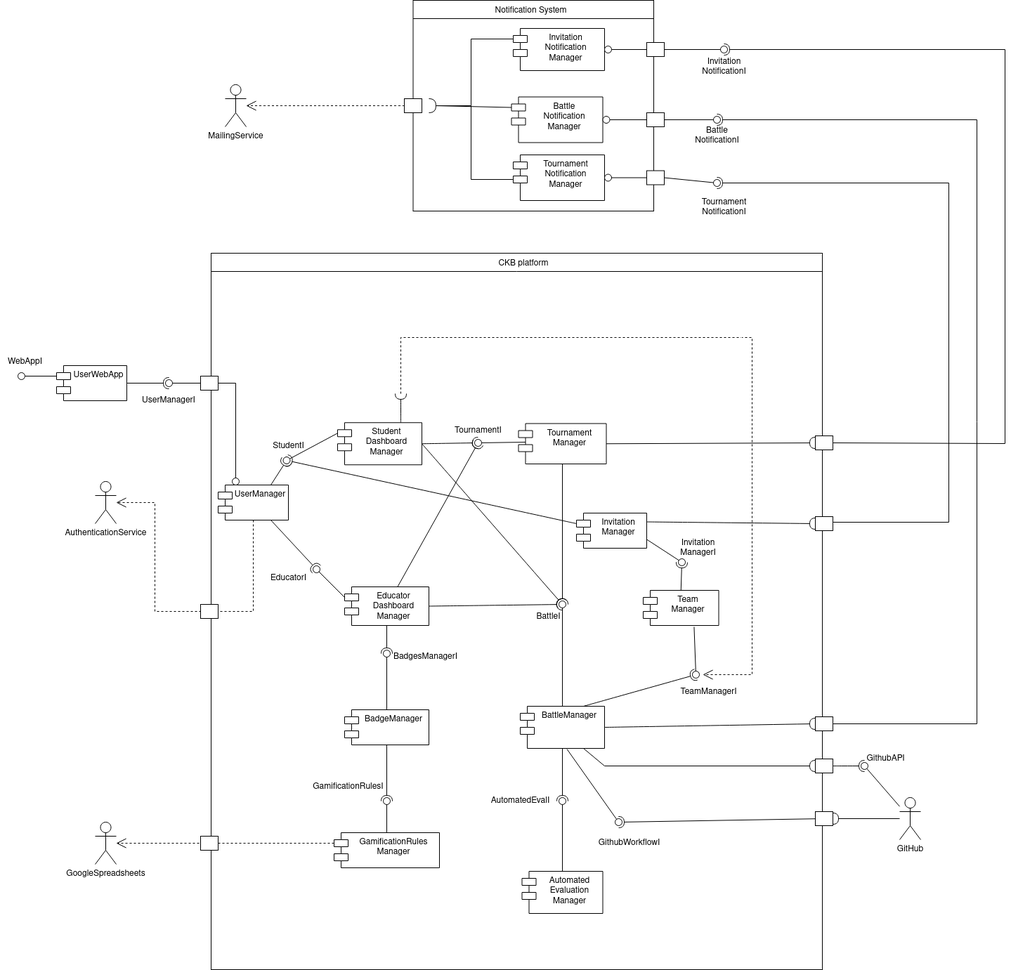
Above: DD/Latex/Images/compdiag.png in federico-zanca/SE2-RDD-ZancaCostantiniZhuge (draw.io), before the change. Source tidied: cells renumbered, new cells last; positions are measured from the earlier drawing's top-left corner, leaving out a move shared by most shapes.
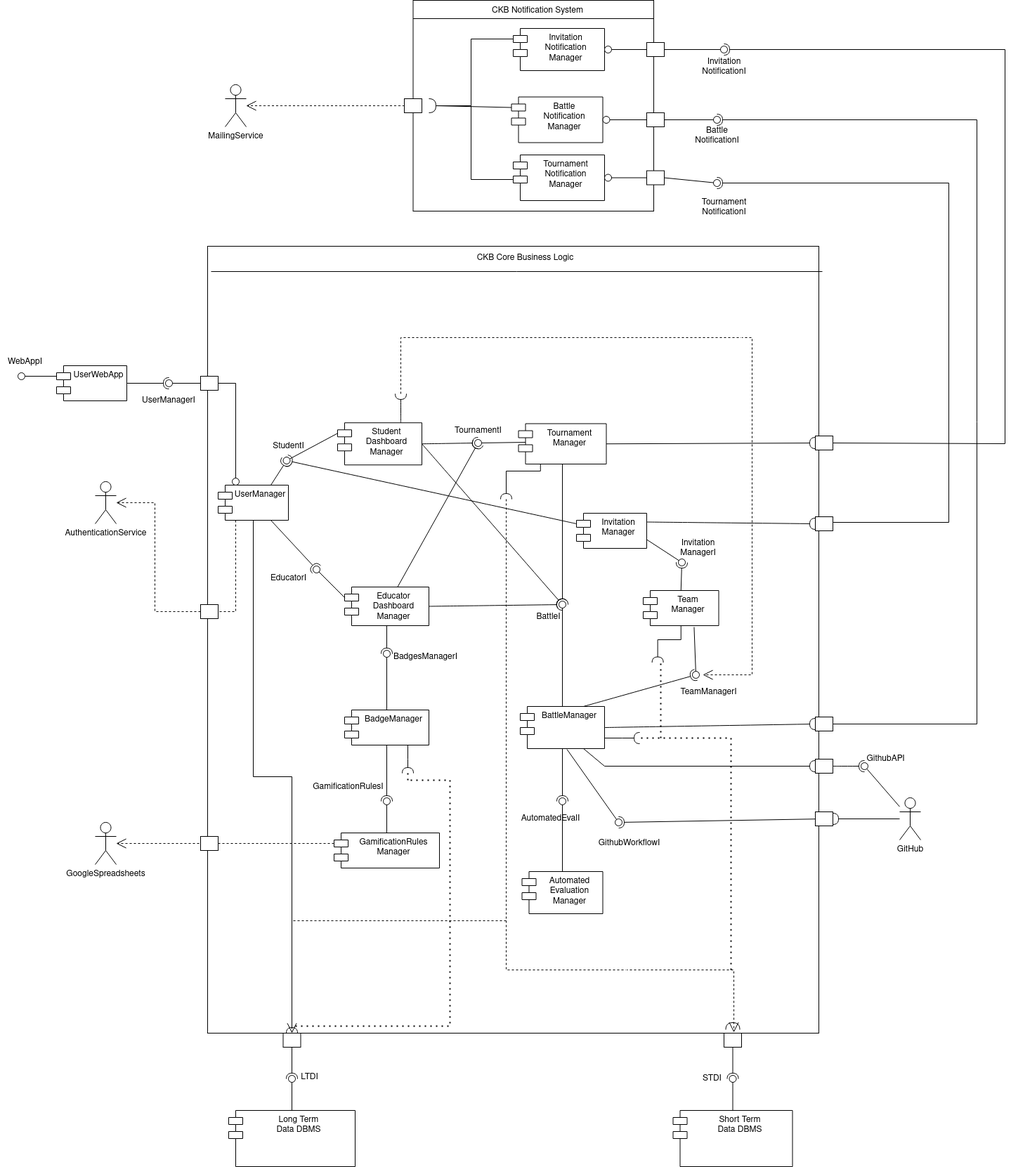
Later version of the same file.

Commit message:
Finished first version of Component diagram

Diff of the diagram source:
```diff
@@ -3,7 +3,7 @@
     <mxCell id="0" />
     <mxCell id="1" parent="0" />
     <mxCell id="2" style="rounded=0;whiteSpace=wrap;html=1;" parent="1" vertex="1">
-      <mxGeometry x="300" y="360" width="870" height="1020" as="geometry" />
+      <mxGeometry x="295" y="350" width="870" height="1120" as="geometry" />
     </mxCell>
     <mxCell id="3" value="&lt;div&gt;UserWebApp&lt;/div&gt;&lt;div&gt;&lt;br&gt;&lt;/div&gt;" style="shape=module;align=left;spacingLeft=20;align=center;verticalAlign=top;whiteSpace=wrap;html=1;" parent="1" vertex="1">
       <mxGeometry x="80" y="520" width="100" height="50" as="geometry" />
@@ -161,10 +161,10 @@
     <mxCell id="44" value="&lt;div&gt;AuthenticationService&lt;/div&gt;&lt;div&gt;&lt;br&gt;&lt;/div&gt;" style="shape=umlActor;verticalLabelPosition=bottom;verticalAlign=top;html=1;outlineConnect=0;" parent="1" vertex="1">
       <mxGeometry x="135" y="685" width="30" height="60" as="geometry" />
     </mxCell>
-    <mxCell id="45" style="endArrow=open;endSize=12;dashed=1;html=1;rounded=0;exitX=0.5;exitY=1;exitDx=0;exitDy=0;" parent="1" edge="1" source="6" target="44">
+    <mxCell id="45" style="endArrow=open;endSize=12;dashed=1;html=1;rounded=0;exitX=0.25;exitY=1;exitDx=0;exitDy=0;" parent="1" edge="1" source="6" target="44">
       <mxGeometry relative="1" as="geometry">
         <Array as="points">
-          <mxPoint x="360" y="870" />
+          <mxPoint x="335" y="870" />
           <mxPoint x="220" y="870" />
           <mxPoint x="220" y="715" />
         </Array>
@@ -241,7 +241,7 @@
       <mxGeometry x="915" y="840" width="107.5" height="50" as="geometry" />
     </mxCell>
     <mxCell id="68" value="&lt;div&gt;AutomatedEvalI&lt;/div&gt;" style="text;html=1;align=center;verticalAlign=middle;strokeColor=none;fillColor=none;" parent="1" vertex="1">
-      <mxGeometry x="685" y="1125" width="110" height="30" as="geometry" />
+      <mxGeometry x="727.5" y="1150" width="110" height="30" as="geometry" />
     </mxCell>
     <mxCell id="69" value="&lt;div&gt;Automated&lt;/div&gt;&lt;div&gt;Evaluation&lt;/div&gt;&lt;div&gt;Manager&lt;br&gt;&lt;/div&gt;" style="shape=module;align=left;spacingLeft=20;align=center;verticalAlign=top;whiteSpace=wrap;html=1;" parent="1" vertex="1">
       <mxGeometry x="742.5" y="1240" width="115" height="60" as="geometry" />
@@ -286,9 +286,6 @@
     <mxCell id="81" value="Battle&lt;br&gt;Notification&lt;br&gt;Manager" style="shape=module;align=left;spacingLeft=20;align=center;verticalAlign=top;whiteSpace=wrap;html=1;" parent="1" vertex="1">
       <mxGeometry x="727.5" y="137.5" width="130" height="65" as="geometry" />
     </mxCell>
-    <mxCell id="82" value="&lt;div&gt;Notification System&lt;/div&gt;" style="text;html=1;align=center;verticalAlign=middle;strokeColor=none;fillColor=none;" parent="1" vertex="1">
-      <mxGeometry x="690" width="130" height="30" as="geometry" />
-    </mxCell>
     <mxCell id="83" value="&lt;div&gt;Invitation&lt;/div&gt;&lt;div&gt;Notification&lt;/div&gt;&lt;div&gt;Manager&lt;/div&gt;" style="shape=module;align=left;spacingLeft=20;align=center;verticalAlign=top;whiteSpace=wrap;html=1;" parent="1" vertex="1">
       <mxGeometry x="730" y="40" width="130" height="60" as="geometry" />
     </mxCell>
@@ -436,8 +433,8 @@
     <mxCell id="117" style="ellipse;whiteSpace=wrap;html=1;rotation=-180;" parent="1" vertex="1">
       <mxGeometry x="860" y="65" width="10" height="10" as="geometry" />
     </mxCell>
-    <mxCell id="118" value="&lt;div&gt;CKB platform&lt;/div&gt;" style="text;html=1;strokeColor=none;fillColor=none;align=center;verticalAlign=middle;whiteSpace=wrap;rounded=0;" parent="1" vertex="1">
-      <mxGeometry x="705" y="360" width="80" height="30" as="geometry" />
+    <mxCell id="118" value="&lt;div&gt;CKB Core Business Logic&lt;br&gt;&lt;/div&gt;" style="text;html=1;strokeColor=none;fillColor=none;align=center;verticalAlign=middle;whiteSpace=wrap;rounded=0;" parent="1" vertex="1">
+      <mxGeometry x="660" y="352" width="175" height="30" as="geometry" />
     </mxCell>
     <mxCell id="119" style="line;strokeWidth=1;fillColor=none;align=left;verticalAlign=middle;spacingTop=-1;spacingLeft=3;spacingRight=3;labelPosition=right;strokeColor=inherit;" parent="1" vertex="1">
       <mxGeometry x="587.5" y="22" width="342.5" height="8" as="geometry" />
@@ -539,5 +536,141 @@
     <mxCell id="146" value="&lt;div&gt;WebAppI&lt;/div&gt;" style="text;html=1;align=center;verticalAlign=middle;strokeColor=none;fillColor=none;" parent="1" vertex="1">
       <mxGeometry y="500" width="70" height="30" as="geometry" />
     </mxCell>
+    <mxCell id="147" value="CKB Notification System" style="text;html=1;strokeColor=none;fillColor=none;align=center;verticalAlign=middle;whiteSpace=wrap;rounded=0;" parent="1" vertex="1">
+      <mxGeometry x="630" width="270" height="30" as="geometry" />
+    </mxCell>
+    <mxCell id="148" value="Long Term&lt;br&gt;Data DBMS" style="shape=module;align=left;spacingLeft=20;align=center;verticalAlign=top;whiteSpace=wrap;html=1;" parent="1" vertex="1">
+      <mxGeometry x="325" y="1580" width="180" height="80" as="geometry" />
+    </mxCell>
+    <mxCell id="149" value="&lt;div&gt;Short Term&lt;/div&gt;&lt;div&gt;Data DBMS&lt;br&gt;&lt;/div&gt;" style="shape=module;align=left;spacingLeft=20;align=center;verticalAlign=top;whiteSpace=wrap;html=1;" parent="1" vertex="1">
+      <mxGeometry x="957.5" y="1580" width="170" height="80" as="geometry" />
+    </mxCell>
+    <mxCell id="150" value="&amp;nbsp;" style="html=1;whiteSpace=wrap;" parent="1" vertex="1">
+      <mxGeometry x="402.5" y="1470" width="25" height="20" as="geometry" />
+    </mxCell>
+    <mxCell id="151" value="&amp;nbsp;" style="html=1;whiteSpace=wrap;" parent="1" vertex="1">
+      <mxGeometry x="1030" y="1470" width="25" height="20" as="geometry" />
+    </mxCell>
+    <mxCell id="152" style="shape=requiredInterface;html=1;verticalLabelPosition=bottom;sketch=0;rotation=-90;" parent="1" vertex="1">
+      <mxGeometry x="1037.5" y="1450" width="10" height="20" as="geometry" />
+    </mxCell>
+    <mxCell id="153" style="rounded=0;jettySize=auto;html=1;endArrow=halfCircle;endFill=0;endSize=6;strokeWidth=1;sketch=0;exitX=0.5;exitY=1;exitDx=0;exitDy=0;" parent="1" edge="1" source="150" target="155">
+      <mxGeometry relative="1" as="geometry" />
+    </mxCell>
+    <mxCell id="154" style="rounded=0;jettySize=auto;html=1;endArrow=oval;endFill=0;sketch=0;sourcePerimeterSpacing=0;targetPerimeterSpacing=0;endSize=10;exitX=0.5;exitY=0;exitDx=0;exitDy=0;" parent="1" edge="1" source="148" target="155">
+      <mxGeometry relative="1" as="geometry" />
+    </mxCell>
+    <mxCell id="155" style="ellipse;whiteSpace=wrap;html=1;align=center;fillColor=none;strokeColor=none;perimeter=centerPerimeter;points=[];outlineConnect=1;" parent="1" vertex="1">
+      <mxGeometry x="410" y="1530" width="10" height="10" as="geometry" />
+    </mxCell>
+    <mxCell id="156" style="rounded=0;jettySize=auto;html=1;endArrow=halfCircle;endFill=0;endSize=6;strokeWidth=1;sketch=0;exitX=0.5;exitY=1;exitDx=0;exitDy=0;" parent="1" edge="1" source="151" target="158">
+      <mxGeometry relative="1" as="geometry" />
+    </mxCell>
+    <mxCell id="157" style="rounded=0;jettySize=auto;html=1;endArrow=oval;endFill=0;sketch=0;sourcePerimeterSpacing=0;targetPerimeterSpacing=0;endSize=10;exitX=0.5;exitY=0;exitDx=0;exitDy=0;" parent="1" edge="1" source="149" target="158">
+      <mxGeometry relative="1" as="geometry" />
+    </mxCell>
+    <mxCell id="158" style="ellipse;whiteSpace=wrap;html=1;align=center;fillColor=none;strokeColor=none;perimeter=centerPerimeter;points=[];outlineConnect=1;" parent="1" vertex="1">
+      <mxGeometry x="1037.5" y="1530" width="10" height="10" as="geometry" />
+    </mxCell>
+    <mxCell id="159" style="rounded=0;jettySize=auto;html=1;endArrow=halfCircle;endFill=0;endSize=6;strokeWidth=1;sketch=0;fontSize=12;exitX=0.5;exitY=1;exitDx=0;exitDy=0;entryX=0.5;entryY=0;entryDx=0;entryDy=0;edgeStyle=orthogonalEdgeStyle;" parent="1" edge="1" source="6" target="150">
+      <mxGeometry relative="1" as="geometry" />
+    </mxCell>
+    <mxCell id="160" style="ellipse;whiteSpace=wrap;html=1;align=center;fillColor=none;strokeColor=none;perimeter=centerPerimeter;" parent="1" vertex="1">
+      <mxGeometry x="800" y="870" width="10" height="10" as="geometry" />
+    </mxCell>
+    <mxCell id="161" style="rounded=0;jettySize=auto;html=1;endArrow=halfCircle;endFill=0;endSize=6;strokeWidth=1;sketch=0;fontSize=12;exitX=0.25;exitY=1;exitDx=0;exitDy=0;edgeStyle=elbowEdgeStyle;elbow=vertical;" parent="1" edge="1" source="73">
+      <mxGeometry relative="1" as="geometry">
+        <mxPoint x="720" y="710" as="targetPoint" />
+        <Array as="points">
+          <mxPoint x="740" y="670" />
+        </Array>
+      </mxGeometry>
+    </mxCell>
+    <mxCell id="162" style="ellipse;whiteSpace=wrap;html=1;align=center;fillColor=none;strokeColor=none;perimeter=centerPerimeter;" parent="1" vertex="1">
+      <mxGeometry x="710" y="810" width="10" height="10" as="geometry" />
+    </mxCell>
+    <mxCell id="163" style="endArrow=open;endSize=12;dashed=1;html=1;rounded=0;entryX=0.5;entryY=0;entryDx=0;entryDy=0;edgeStyle=elbowEdgeStyle;elbow=vertical;" parent="1" edge="1" target="150">
+      <mxGeometry relative="1" as="geometry">
+        <mxPoint x="720" y="710" as="sourcePoint" />
+        <Array as="points">
+          <mxPoint x="540" y="1310" />
+        </Array>
+      </mxGeometry>
+    </mxCell>
+    <mxCell id="164" value="&lt;div&gt;&lt;br&gt;&lt;/div&gt;&lt;div&gt;&lt;br&gt;&lt;/div&gt;" style="endArrow=open;endSize=12;dashed=1;html=1;rounded=0;entryX=0.861;entryY=0.999;entryDx=0;entryDy=0;entryPerimeter=0;" parent="1" edge="1" target="2">
+      <mxGeometry relative="1" as="geometry">
+        <mxPoint x="720" y="1310" as="sourcePoint" />
+        <Array as="points">
+          <mxPoint x="720" y="1380" />
+          <mxPoint x="1044" y="1380" />
+        </Array>
+      </mxGeometry>
+    </mxCell>
+    <mxCell id="165" style="rounded=0;jettySize=auto;html=1;endArrow=halfCircle;endFill=0;endSize=6;strokeWidth=1;sketch=0;fontSize=12;exitX=1;exitY=0.75;exitDx=0;exitDy=0;edgeStyle=elbowEdgeStyle;" parent="1" edge="1" source="63">
+      <mxGeometry relative="1" as="geometry">
+        <mxPoint x="910" y="1050" as="targetPoint" />
+      </mxGeometry>
+    </mxCell>
+    <mxCell id="166" style="ellipse;whiteSpace=wrap;html=1;align=center;fillColor=none;strokeColor=none;perimeter=centerPerimeter;" parent="1" vertex="1">
+      <mxGeometry x="660" y="1260" width="10" height="10" as="geometry" />
+    </mxCell>
+    <mxCell id="167" style="endArrow=none;dashed=1;html=1;dashPattern=1 3;strokeWidth=2;rounded=0;" parent="1" edge="1">
+      <mxGeometry relative="1" as="geometry">
+        <mxPoint x="1040" y="1380" as="sourcePoint" />
+        <mxPoint x="910" y="1050" as="targetPoint" />
+        <Array as="points">
+          <mxPoint x="1040" y="1050" />
+        </Array>
+      </mxGeometry>
+    </mxCell>
+    <mxCell id="168" style="rounded=0;jettySize=auto;html=1;endArrow=halfCircle;endFill=0;endSize=6;strokeWidth=1;sketch=0;fontSize=12;exitX=0.5;exitY=1;exitDx=0;exitDy=0;entryX=1.2;entryY=1.1;entryDx=0;entryDy=0;entryPerimeter=0;edgeStyle=elbowEdgeStyle;elbow=vertical;" parent="1" edge="1" source="67">
+      <mxGeometry relative="1" as="geometry">
+        <mxPoint x="935.6" y="942.5" as="targetPoint" />
+        <Array as="points">
+          <mxPoint x="920" y="910" />
+        </Array>
+      </mxGeometry>
+    </mxCell>
+    <mxCell id="169" style="ellipse;whiteSpace=wrap;html=1;align=center;fillColor=none;strokeColor=none;perimeter=centerPerimeter;" parent="1" vertex="1">
+      <mxGeometry x="750" y="1030" width="10" height="10" as="geometry" />
+    </mxCell>
+    <mxCell id="170" style="endArrow=none;dashed=1;html=1;dashPattern=1 3;strokeWidth=2;rounded=0;" parent="1" edge="1">
+      <mxGeometry relative="1" as="geometry">
+        <mxPoint x="940" y="1050" as="sourcePoint" />
+        <mxPoint x="940" y="940" as="targetPoint" />
+      </mxGeometry>
+    </mxCell>
+    <mxCell id="171" style="rounded=0;jettySize=auto;html=1;endArrow=halfCircle;endFill=0;endSize=6;strokeWidth=1;sketch=0;fontSize=12;exitX=0.75;exitY=1;exitDx=0;exitDy=0;edgeStyle=orthogonalEdgeStyle;" parent="1" edge="1" source="17">
+      <mxGeometry relative="1" as="geometry">
+        <mxPoint x="580" y="1100" as="targetPoint" />
+      </mxGeometry>
+    </mxCell>
+    <mxCell id="172" style="ellipse;whiteSpace=wrap;html=1;align=center;fillColor=none;strokeColor=none;perimeter=centerPerimeter;" parent="1" vertex="1">
+      <mxGeometry x="800" y="1080" width="10" height="10" as="geometry" />
+    </mxCell>
+    <mxCell id="173" style="endArrow=none;dashed=1;html=1;dashPattern=1 3;strokeWidth=2;rounded=0;edgeStyle=elbowEdgeStyle;" parent="1" edge="1">
+      <mxGeometry relative="1" as="geometry">
+        <mxPoint x="420" y="1460" as="sourcePoint" />
+        <mxPoint x="580" y="1110" as="targetPoint" />
+        <Array as="points">
+          <mxPoint x="640" y="1270" />
+        </Array>
+      </mxGeometry>
+    </mxCell>
+    <mxCell id="174" style="endArrow=none;dashed=1;html=1;dashPattern=1 3;strokeWidth=2;rounded=0;" parent="1" edge="1">
+      <mxGeometry relative="1" as="geometry">
+        <mxPoint x="580" y="1110" as="sourcePoint" />
+        <mxPoint x="580" y="1100" as="targetPoint" />
+      </mxGeometry>
+    </mxCell>
+    <mxCell id="175" style="ellipse;whiteSpace=wrap;html=1;align=center;fillColor=none;strokeColor=none;perimeter=centerPerimeter;" parent="1" vertex="1">
+      <mxGeometry x="710" y="1170" width="10" height="10" as="geometry" />
+    </mxCell>
+    <mxCell id="176" value="LTDI" style="text;html=1;align=center;verticalAlign=middle;strokeColor=none;fillColor=none;" parent="1" vertex="1">
+      <mxGeometry x="415" y="1518" width="50" height="30" as="geometry" />
+    </mxCell>
+    <mxCell id="177" value="&lt;div&gt;STDI&lt;/div&gt;" style="text;html=1;align=center;verticalAlign=middle;strokeColor=none;fillColor=none;" parent="1" vertex="1">
+      <mxGeometry x="987.5" y="1520" width="50" height="30" as="geometry" />
+    </mxCell>
   </root>
 </mxGraphModel>
```
